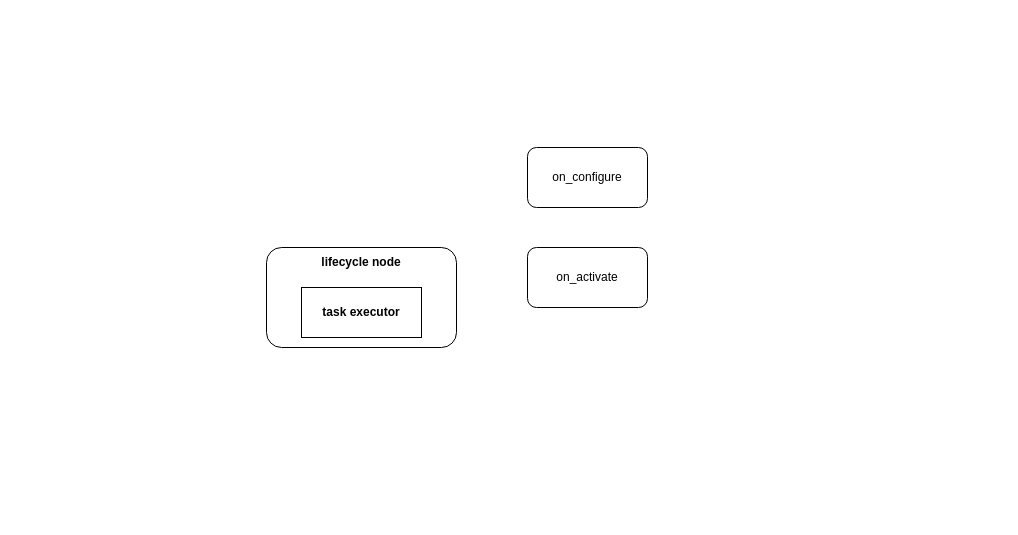
The draw.io diagram nvq_task_manager架构图.drawio in Jev0987/drawioFile, before the edit. Source tidied: cells renumbered, new cells numbered last; positions are measured from the earlier drawing's top-left corner, leaving out a move shared by most shapes. Both pictures are drawn from the tidied source at 100%, with x=0, y=0 at pixel (266, 147).
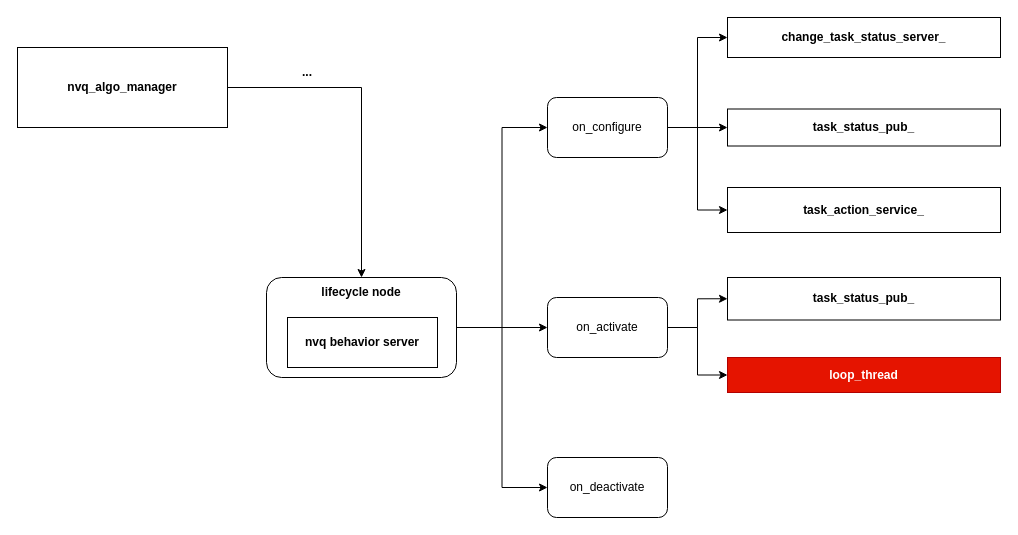
The same diagram, later.

Commit message (it also covers changes not shown here):
更新nvq_task_manager架构图.drawio

What changed in the source:
```diff
@@
+    <mxCell id="7" style="edgeStyle=orthogonalEdgeStyle;rounded=0;jettySize=auto;html=1;exitX=1;exitY=0.5;exitDx=0;exitDy=0;entryX=0;entryY=0.5;entryDx=0;entryDy=0;" parent="1" edge="1" source="2" target="5">
+      <mxGeometry relative="1" as="geometry" />
+    </mxCell>
+    <mxCell id="8" style="edgeStyle=orthogonalEdgeStyle;rounded=0;jettySize=auto;html=1;exitX=1;exitY=0.5;exitDx=0;exitDy=0;entryX=0;entryY=0.5;entryDx=0;entryDy=0;" parent="1" edge="1" source="2" target="6">
+      <mxGeometry relative="1" as="geometry" />
+    </mxCell>
+    <mxCell id="9" style="edgeStyle=orthogonalEdgeStyle;rounded=0;jettySize=auto;html=1;exitX=1;exitY=0.5;exitDx=0;exitDy=0;entryX=0;entryY=0.5;entryDx=0;entryDy=0;" parent="1" edge="1" source="2" target="17">
+      <mxGeometry relative="1" as="geometry" />
+    </mxCell>
     <mxCell id="2" style="rounded=1;whiteSpace=wrap;html=1;" parent="1" vertex="1">
-      <mxGeometry y="100" width="190" height="100" as="geometry" />
+      <mxGeometry y="130" width="190" height="100" as="geometry" />
     </mxCell>
-    <mxCell id="3" value="&lt;b&gt;task executor&lt;/b&gt;" style="whiteSpace=wrap;html=1;" parent="1" vertex="1">
-      <mxGeometry x="35" y="140" width="120" height="50" as="geometry" />
+    <mxCell id="3" value="&lt;b&gt;nvq behavior server&lt;/b&gt;" style="whiteSpace=wrap;html=1;" parent="1" vertex="1">
+      <mxGeometry x="21" y="170" width="150" height="50" as="geometry" />
     </mxCell>
     <mxCell id="4" value="&lt;b&gt;lifecycle node&lt;/b&gt;" style="text;html=1;whiteSpace=wrap;strokeColor=none;fillColor=none;align=center;verticalAlign=middle;rounded=0;" parent="1" vertex="1">
-      <mxGeometry x="30" y="100" width="130" height="30" as="geometry" />
+      <mxGeometry x="30" y="130" width="130" height="30" as="geometry" />
     </mxCell>
+    <mxCell id="10" style="edgeStyle=orthogonalEdgeStyle;rounded=0;jettySize=auto;html=1;exitX=1;exitY=0.5;exitDx=0;exitDy=0;entryX=0;entryY=0.5;entryDx=0;entryDy=0;" parent="1" edge="1" source="5" target="19">
+      <mxGeometry relative="1" as="geometry" />
+    </mxCell>
+    <mxCell id="11" style="edgeStyle=orthogonalEdgeStyle;rounded=0;jettySize=auto;html=1;exitX=1;exitY=0.5;exitDx=0;exitDy=0;entryX=0;entryY=0.5;entryDx=0;entryDy=0;" parent="1" edge="1" source="5" target="20">
+      <mxGeometry relative="1" as="geometry" />
+    </mxCell>
+    <mxCell id="12" style="edgeStyle=orthogonalEdgeStyle;rounded=0;jettySize=auto;html=1;exitX=1;exitY=0.5;exitDx=0;exitDy=0;entryX=0;entryY=0.5;entryDx=0;entryDy=0;" parent="1" edge="1" source="5" target="21">
+      <mxGeometry relative="1" as="geometry" />
+    </mxCell>
     <mxCell id="5" value="on_configure" style="rounded=1;whiteSpace=wrap;html=1;" parent="1" vertex="1">
-      <mxGeometry x="261" width="120" height="60" as="geometry" />
+      <mxGeometry x="281" y="-50" width="120" height="60" as="geometry" />
     </mxCell>
+    <mxCell id="13" style="edgeStyle=orthogonalEdgeStyle;rounded=0;jettySize=auto;html=1;exitX=1;exitY=0.5;exitDx=0;exitDy=0;entryX=0;entryY=0.5;entryDx=0;entryDy=0;" parent="1" edge="1" source="6" target="22">
+      <mxGeometry relative="1" as="geometry" />
+    </mxCell>
+    <mxCell id="14" style="edgeStyle=orthogonalEdgeStyle;rounded=0;jettySize=auto;html=1;exitX=1;exitY=0.5;exitDx=0;exitDy=0;entryX=0;entryY=0.5;entryDx=0;entryDy=0;" parent="1" edge="1" source="6" target="23">
+      <mxGeometry relative="1" as="geometry" />
+    </mxCell>
     <mxCell id="6" value="on_activate" style="rounded=1;whiteSpace=wrap;html=1;" parent="1" vertex="1">
-      <mxGeometry x="261" y="100" width="120" height="60" as="geometry" />
+      <mxGeometry x="281" y="150" width="120" height="60" as="geometry" />
     </mxCell>
+    <mxCell id="15" style="edgeStyle=orthogonalEdgeStyle;rounded=0;jettySize=auto;html=1;exitX=1;exitY=0.5;exitDx=0;exitDy=0;entryX=0.5;entryY=0;entryDx=0;entryDy=0;" parent="1" edge="1" source="16" target="4">
+      <mxGeometry relative="1" as="geometry" />
+    </mxCell>
+    <mxCell id="16" value="&lt;b&gt;nvq_algo_manager&lt;/b&gt;" style="whiteSpace=wrap;html=1;" parent="1" vertex="1">
+      <mxGeometry x="-249" y="-100" width="210" height="80" as="geometry" />
+    </mxCell>
+    <mxCell id="17" value="on_deactivate" style="rounded=1;whiteSpace=wrap;html=1;" parent="1" vertex="1">
+      <mxGeometry x="281" y="310" width="120" height="60" as="geometry" />
+    </mxCell>
+    <mxCell id="18" value="&lt;b&gt;...&lt;/b&gt;" style="text;html=1;whiteSpace=wrap;strokeColor=none;fillColor=none;align=center;verticalAlign=middle;rounded=0;" parent="1" vertex="1">
+      <mxGeometry x="11" y="-90" width="60" height="30" as="geometry" />
+    </mxCell>
+    <mxCell id="19" value="change_task_status_server_" style="rounded=0;whiteSpace=wrap;html=1;fontStyle=1;" parent="1" vertex="1">
+      <mxGeometry x="461" y="-130" width="273" height="40" as="geometry" />
+    </mxCell>
+    <mxCell id="20" value="task_status_pub_" style="rounded=0;whiteSpace=wrap;html=1;fontStyle=1;" parent="1" vertex="1">
+      <mxGeometry x="461" y="-38.5" width="273" height="37" as="geometry" />
+    </mxCell>
+    <mxCell id="21" value="task_action_service_" style="rounded=0;whiteSpace=wrap;html=1;fontStyle=1;" parent="1" vertex="1">
+      <mxGeometry x="461" y="40" width="273" height="45" as="geometry" />
+    </mxCell>
+    <mxCell id="22" value="task_status_pub_" style="rounded=0;whiteSpace=wrap;html=1;fontStyle=1;" parent="1" vertex="1">
+      <mxGeometry x="461" y="130" width="273" height="42.5" as="geometry" />
+    </mxCell>
+    <mxCell id="23" value="loop_thread" style="rounded=0;whiteSpace=wrap;html=1;fontStyle=1;fillColor=#e51400;fontColor=#ffffff;strokeColor=#B20000;" parent="1" vertex="1">
+      <mxGeometry x="461" y="210" width="273" height="35" as="geometry" />
+    </mxCell>
```
